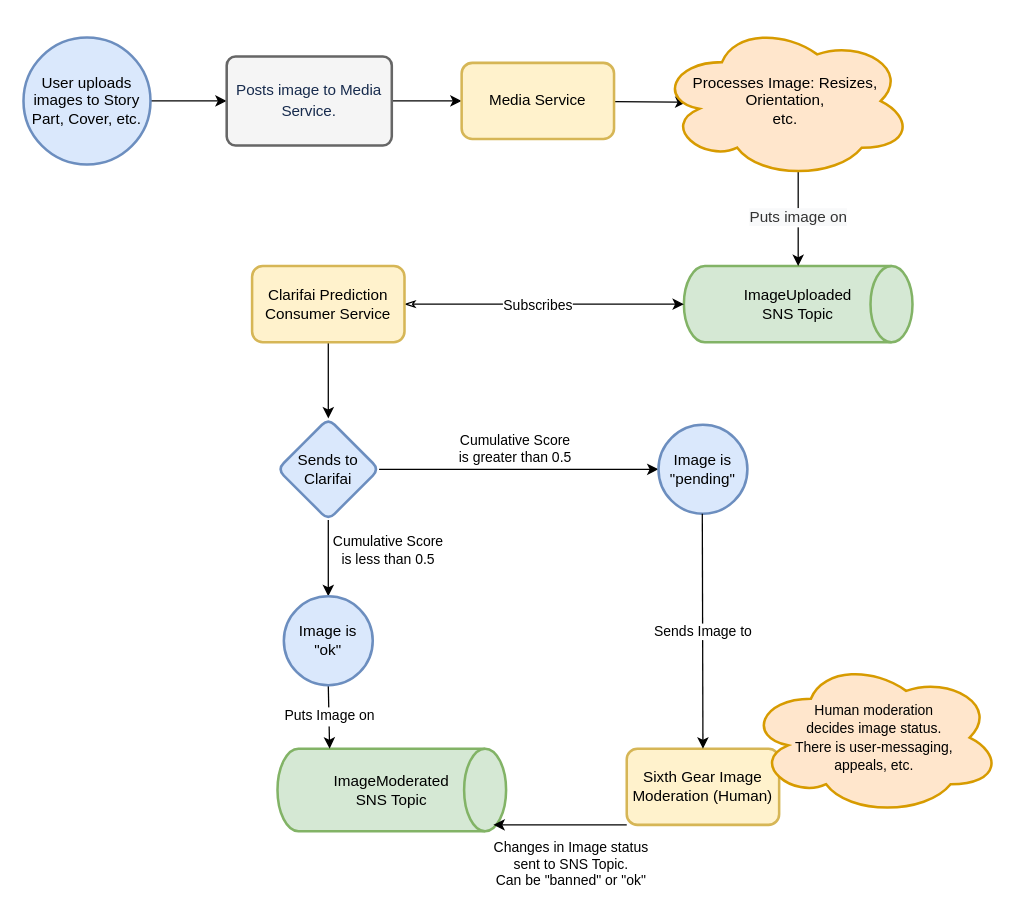
ronanwp/ConfluenceDiagrams keeps this draw.io diagram as PartImageUploadFlow.drawio. Above is the earlier version. Source tidied: cells renumbered, new cells numbered last; positions are measured from the earlier drawing's top-left corner, leaving out a move shared by most shapes. Both pictures are drawn from the tidied source at 127%, with x=0, y=0 at pixel (23, 23).
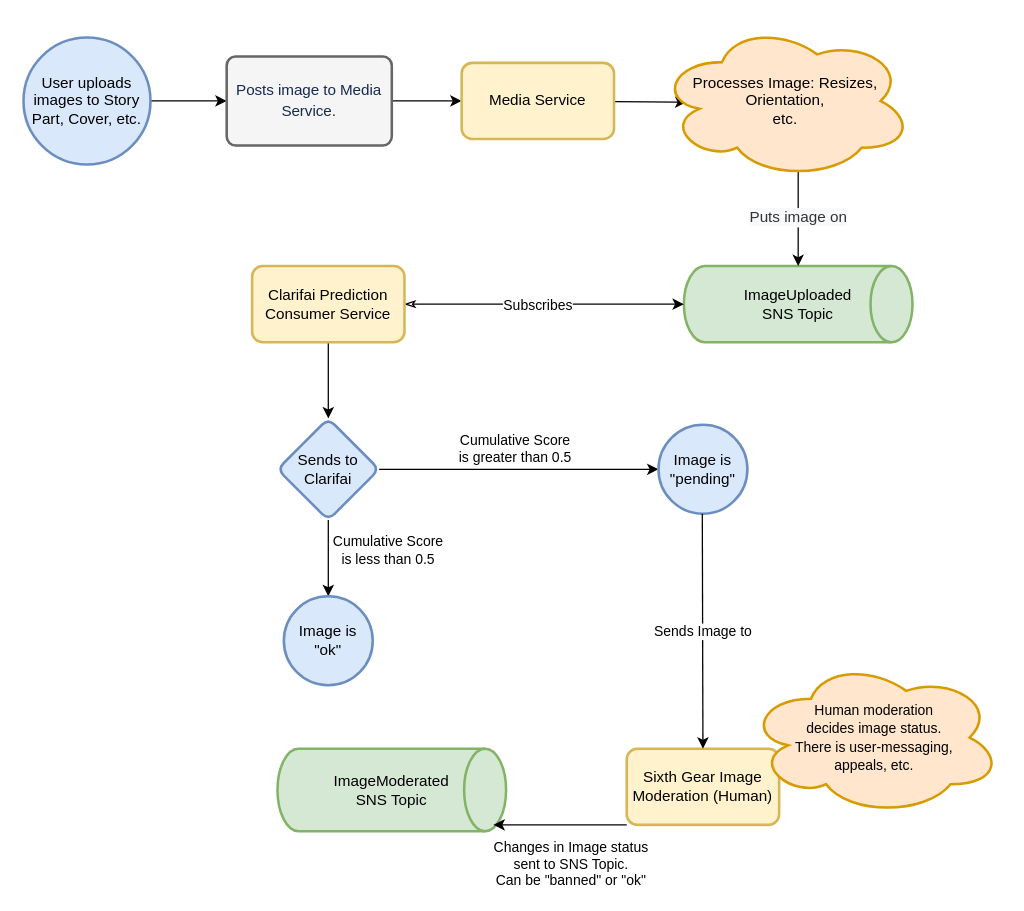
Above is the later version.

Unchanged cells that the change refers to:
```xml
<mxCell id="19" value="&lt;div style=&quot;text-align: center&quot;&gt;ImageModerated&lt;/div&gt;&lt;div style=&quot;text-align: center&quot;&gt;SNS Topic&lt;/div&gt;" style="strokeWidth=2;html=1;shape=mxgraph.flowchart.direct_data;whiteSpace=wrap;fillColor=#d5e8d4;strokeColor=#82b366;" parent="1" vertex="1">
  <mxGeometry x="200" y="571" width="180" height="65" as="geometry" />
</mxCell>
<mxCell id="21" value="Image is&lt;br&gt;&quot;ok&quot;" style="ellipse;whiteSpace=wrap;html=1;rounded=1;strokeColor=#6c8ebf;strokeWidth=2;fillColor=#dae8fc;arcSize=14;" parent="1" vertex="1">
  <mxGeometry x="205" y="451" width="70" height="70" as="geometry" />
</mxCell>
```

What changed in the source:
```diff
@@
-    <mxCell id="20" value="&lt;font color=&quot;rgba(0, 0, 0, 0)&quot; face=&quot;monospace&quot;&gt;&lt;span style=&quot;font-size: 0px ; background-color: rgb(248 , 249 , 250)&quot;&gt;pu&lt;/span&gt;&lt;/font&gt;Puts Image on" style="edgeStyle=none;rounded=0;jettySize=auto;html=1;exitX=0.5;exitY=1;exitDx=0;exitDy=0;entryX=0.228;entryY=0;entryDx=0;entryDy=0;entryPerimeter=0;startArrow=none;startFill=0;endArrow=classic;endFill=1;strokeColor=default;" parent="1" edge="1" source="21" target="19">
-      <mxGeometry relative="1" as="geometry" />
-    </mxCell>
```
